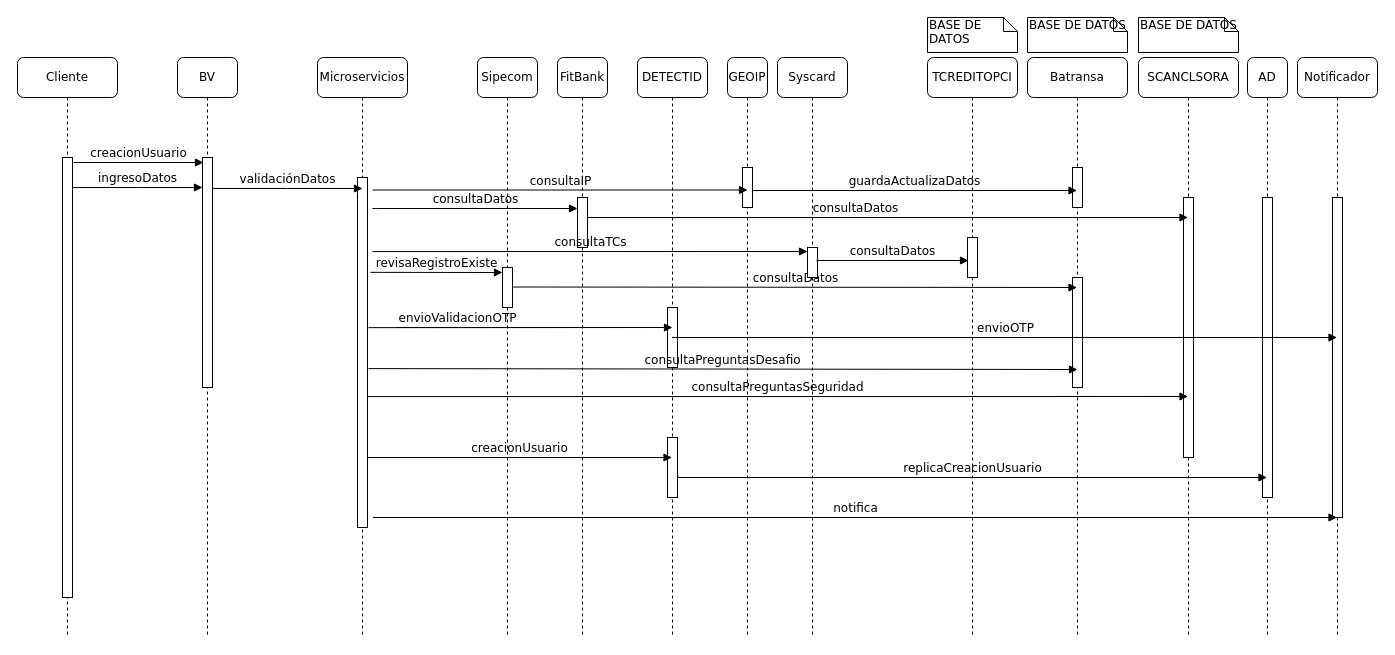
This is page "DiagramaSeqCreacion" (4 of 8) of CreateUsrBVDiagram.drawio from davidguillermofg/Diagrams, a draw.io file, before an edit. Source tidied: cells renumbered, new cells numbered last; positions are measured from the earlier drawing's top-left corner, leaving out a move shared by most shapes. Both pictures are drawn from the tidied source at 100%, with x=0, y=0 at pixel (17, 17).
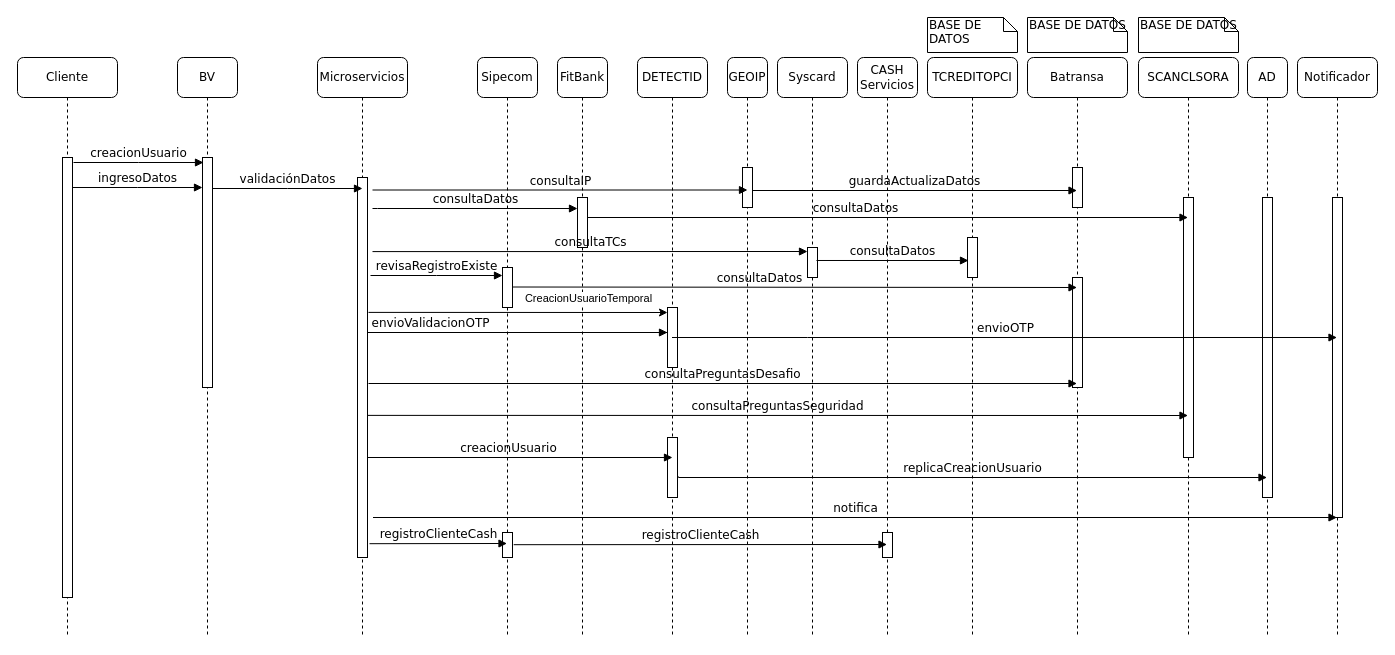
The same page after the edit.

The change refers to these unchanged cells:
```xml
<mxCell id="4" value="Microservicios" style="shape=umlLifeline;perimeter=lifelinePerimeter;whiteSpace=wrap;html=1;rounded=1;shadow=0;comic=0;labelBackgroundColor=none;strokeWidth=1;fontFamily=Verdana;fontSize=12;align=center;" parent="1" vertex="1">
  <mxGeometry x="300" y="40" width="90" height="580" as="geometry" />
</mxCell>
<mxCell id="6" value="Sipecom" style="shape=umlLifeline;perimeter=lifelinePerimeter;whiteSpace=wrap;html=1;outlineConnect=0;rounded=1;shadow=0;comic=0;labelBackgroundColor=none;strokeWidth=1;fontFamily=Verdana;fontSize=12;align=center;" parent="1" vertex="1">
  <mxGeometry x="460" y="40" width="60" height="580" as="geometry" />
</mxCell>
<mxCell id="10" value="DETECTID" style="shape=umlLifeline;perimeter=lifelinePerimeter;whiteSpace=wrap;html=1;outlineConnect=0;rounded=1;shadow=0;comic=0;labelBackgroundColor=none;strokeWidth=1;fontFamily=Verdana;fontSize=12;align=center;" parent="1" vertex="1">
  <mxGeometry x="620" y="40" width="70" height="580" as="geometry" />
</mxCell>
<mxCell id="12" style="html=1;points=[];perimeter=orthogonalPerimeter;rounded=0;shadow=0;comic=0;labelBackgroundColor=none;strokeWidth=1;fontFamily=Verdana;fontSize=12;align=center;" parent="10" vertex="1">
  <mxGeometry x="30" y="250" width="10" height="60" as="geometry" />
</mxCell>
<mxCell id="22" value="Batransa" style="shape=umlLifeline;perimeter=lifelinePerimeter;whiteSpace=wrap;html=1;outlineConnect=0;rounded=1;shadow=0;comic=0;labelBackgroundColor=none;strokeWidth=1;fontFamily=Verdana;fontSize=12;align=center;" parent="1" vertex="1">
  <mxGeometry x="1010" y="40" width="100" height="580" as="geometry" />
</mxCell>
```

What changed in the source:
```diff
@@
     <mxCell id="5" style="html=1;points=[];perimeter=orthogonalPerimeter;rounded=0;shadow=0;comic=0;labelBackgroundColor=none;strokeWidth=1;fontFamily=Verdana;fontSize=12;align=center;" parent="4" vertex="1">
-      <mxGeometry x="40" y="120" width="10" height="350" as="geometry" />
+      <mxGeometry x="40" y="120" width="10" height="380" as="geometry" />
     </mxCell>
@@
+    <mxCell id="52" style="html=1;perimeter=orthogonalPerimeter;rounded=0;shadow=0;comic=0;labelBackgroundColor=none;strokeWidth=1;fontFamily=Verdana;fontSize=12;align=center;" parent="6" vertex="1">
+      <mxGeometry x="25" y="475" width="10" height="25" as="geometry" />
+    </mxCell>
@@
-    <mxCell id="21" value="revisaRegistroExiste" style="html=1;verticalAlign=bottom;endArrow=block;labelBackgroundColor=none;fontFamily=Verdana;fontSize=12;edgeStyle=elbowEdgeStyle;elbow=vertical;rounded=0;exitX=1.3;exitY=0.271;exitDx=0;exitDy=0;exitPerimeter=0;" parent="1" edge="1" source="5">
+    <mxCell id="21" value="revisaRegistroExiste" style="html=1;verticalAlign=bottom;endArrow=block;labelBackgroundColor=none;fontFamily=Verdana;fontSize=12;edgeStyle=elbowEdgeStyle;elbow=vertical;rounded=0;" parent="1" edge="1">
       <mxGeometry relative="1" as="geometry">
-        <mxPoint x="485" y="255" as="targetPoint" />
-        <Array as="points">
-          <mxPoint x="370" y="255" />
-        </Array>
+        <mxPoint x="353" y="258" as="sourcePoint" />
+        <mxPoint x="485" y="258" as="targetPoint" />
       </mxGeometry>
     </mxCell>
@@
-    <mxCell id="25" value="envioValidacionOTP" style="html=1;verticalAlign=bottom;endArrow=block;labelBackgroundColor=none;fontFamily=Verdana;fontSize=12;edgeStyle=elbowEdgeStyle;elbow=vertical;rounded=0;startArrow=none;" parent="1" edge="1" source="12">
+    <mxCell id="25" value="envioValidacionOTP" style="html=1;verticalAlign=bottom;endArrow=block;labelBackgroundColor=none;fontFamily=Verdana;fontSize=12;edgeStyle=elbowEdgeStyle;elbow=vertical;rounded=0;startArrow=none;" parent="1" edge="1">
       <mxGeometry x="0.21" relative="1" as="geometry">
-        <mxPoint x="655" y="310" as="targetPoint" />
+        <mxPoint x="650" y="315" as="sourcePoint" />
+        <mxPoint x="650" y="315" as="targetPoint" />
         <Array as="points">
-          <mxPoint x="380" y="310" />
-          <mxPoint x="560" y="320" />
+          <mxPoint x="350" y="315" />
+          <mxPoint x="560" y="325" />
         </Array>
       </mxGeometry>
     </mxCell>
-    <mxCell id="26" value="creacionUsuario" style="html=1;verticalAlign=bottom;endArrow=block;labelBackgroundColor=none;fontFamily=Verdana;fontSize=12;edgeStyle=elbowEdgeStyle;elbow=vertical;rounded=0;exitX=1;exitY=0.797;exitDx=0;exitDy=0;exitPerimeter=0;" parent="1" edge="1" source="5" target="10">
+    <mxCell id="26" value="creacionUsuario" style="html=1;verticalAlign=bottom;endArrow=block;labelBackgroundColor=none;fontFamily=Verdana;fontSize=12;edgeStyle=elbowEdgeStyle;elbow=vertical;rounded=0;exitX=1;exitY=0.797;exitDx=0;exitDy=0;exitPerimeter=0;" parent="1" edge="1" source="5">
       <mxGeometry relative="1" as="geometry">
+        <mxPoint x="655" y="440" as="targetPoint" />
         <Array as="points">
           <mxPoint x="370" y="440" />
         </Array>
       </mxGeometry>
     </mxCell>
@@
     <mxCell id="29" value="consultaDatos" style="html=1;verticalAlign=bottom;endArrow=block;labelBackgroundColor=none;fontFamily=Verdana;fontSize=12;edgeStyle=elbowEdgeStyle;elbow=vertical;rounded=0;" parent="1" edge="1" target="22">
-      <mxGeometry relative="1" as="geometry">
+      <mxGeometry x="-0.13" relative="1" as="geometry">
         <mxPoint x="495" y="269.5" as="sourcePoint" />
+        <mxPoint x="1" as="offset" />
       </mxGeometry>
     </mxCell>
@@
-    <mxCell id="49" style="html=1;verticalAlign=bottom;endArrow=none;labelBackgroundColor=none;fontFamily=Verdana;fontSize=12;edgeStyle=elbowEdgeStyle;elbow=vertical;rounded=0;exitX=1.1;exitY=0.429;exitDx=0;exitDy=0;exitPerimeter=0;" parent="1" edge="1" source="5" target="12">
-      <mxGeometry relative="1" as="geometry" />
-    </mxCell>
-    <mxCell id="50" value="consultaPreguntasDesafio" style="html=1;verticalAlign=bottom;endArrow=block;labelBackgroundColor=none;fontFamily=Verdana;fontSize=12;edgeStyle=elbowEdgeStyle;elbow=vertical;rounded=0;exitX=1.1;exitY=0.546;exitDx=0;exitDy=0;exitPerimeter=0;" parent="1" edge="1" source="5">
+    <mxCell id="50" value="consultaPreguntasDesafio" style="html=1;verticalAlign=bottom;endArrow=block;labelBackgroundColor=none;fontFamily=Verdana;fontSize=12;edgeStyle=elbowEdgeStyle;elbow=vertical;rounded=0;" parent="1" edge="1" target="22">
       <mxGeometry relative="1" as="geometry">
-        <mxPoint x="1060" y="352" as="targetPoint" />
+        <mxPoint x="351" y="366" as="sourcePoint" />
       </mxGeometry>
     </mxCell>
@@
+    <mxCell id="53" style="html=1;verticalAlign=bottom;endArrow=classic;labelBackgroundColor=none;fontFamily=Verdana;fontSize=12;edgeStyle=elbowEdgeStyle;elbow=vertical;rounded=0;exitX=1.1;exitY=0.474;exitDx=0;exitDy=0;exitPerimeter=0;startArrow=none;startFill=0;endFill=1;" parent="1" edge="1">
+      <mxGeometry relative="1" as="geometry">
+        <mxPoint x="351" y="294.9" as="sourcePoint" />
+        <mxPoint x="650" y="295" as="targetPoint" />
+        <Array as="points">
+          <mxPoint x="430" y="295" />
+          <mxPoint x="500" y="289" />
+        </Array>
+      </mxGeometry>
+    </mxCell>
+    <mxCell id="54" value="CreacionUsuarioTemporal" style="edgeLabel;html=1;align=center;verticalAlign=middle;" parent="53" vertex="1">
+      <mxGeometry x="-0.26" y="3" relative="1" as="geometry">
+        <mxPoint x="109" y="-12" as="offset" />
+      </mxGeometry>
+    </mxCell>
+    <mxCell id="55" value="CASH&lt;br&gt;Servicios" style="shape=umlLifeline;perimeter=lifelinePerimeter;whiteSpace=wrap;html=1;rounded=1;shadow=0;comic=0;labelBackgroundColor=none;strokeWidth=1;fontFamily=Verdana;fontSize=12;align=center;" parent="1" vertex="1">
+      <mxGeometry x="840" y="40" width="60" height="580" as="geometry" />
+    </mxCell>
+    <mxCell id="56" style="html=1;perimeter=orthogonalPerimeter;rounded=0;shadow=0;comic=0;labelBackgroundColor=none;strokeWidth=1;fontFamily=Verdana;fontSize=12;align=center;" parent="55" vertex="1">
+      <mxGeometry x="25" y="475" width="10" height="25" as="geometry" />
+    </mxCell>
+    <mxCell id="57" value="registroClienteCash" style="html=1;verticalAlign=bottom;endArrow=block;labelBackgroundColor=none;fontFamily=Verdana;fontSize=12;edgeStyle=elbowEdgeStyle;elbow=vertical;rounded=0;exitX=1.2;exitY=0.982;exitDx=0;exitDy=0;exitPerimeter=0;" parent="1" edge="1" target="6">
+      <mxGeometry relative="1" as="geometry">
+        <mxPoint x="352" y="526.2" as="sourcePoint" />
+        <Array as="points">
+          <mxPoint x="650" y="526" />
+        </Array>
+      </mxGeometry>
+    </mxCell>
+    <mxCell id="58" value="registroClienteCash" style="html=1;verticalAlign=bottom;endArrow=block;labelBackgroundColor=none;fontFamily=Verdana;fontSize=12;edgeStyle=elbowEdgeStyle;elbow=vertical;rounded=0;exitX=1.2;exitY=0.982;exitDx=0;exitDy=0;exitPerimeter=0;" parent="1" edge="1">
+      <mxGeometry relative="1" as="geometry">
+        <mxPoint x="496.2" y="527.2" as="sourcePoint" />
+        <mxPoint x="869.5" y="527" as="targetPoint" />
+        <Array as="points">
+          <mxPoint x="794.2" y="527" />
+        </Array>
+      </mxGeometry>
+    </mxCell>
```
